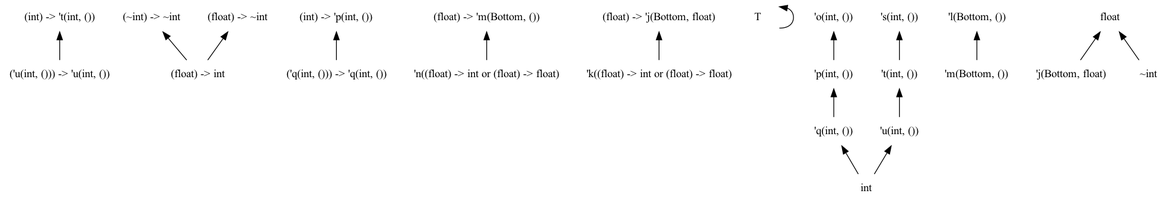
Before: dots/png/3.dot.png, a diagram exported from Graphviz (chocobo333/regino). Its source is kept beside it as dots/3.dot.
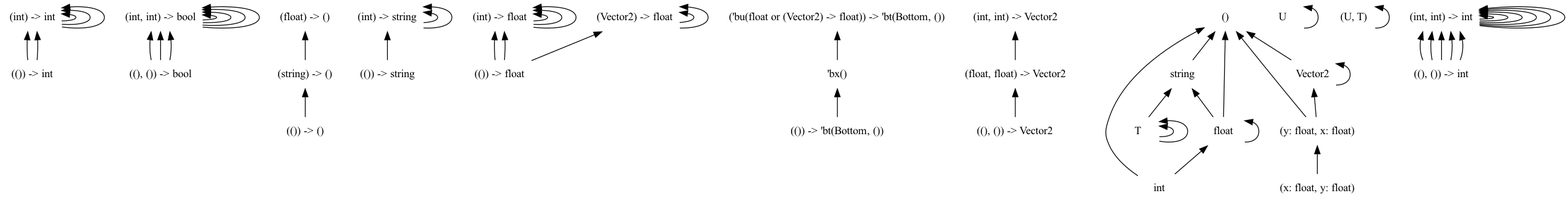
Above is the later version.

Change to the diagram source:
```diff
@@ -8,44 +8,84 @@
   edge [
     dir = back
     ];
-  "('u(int, ())) -> 'u(int, ())"
-  "(~int) -> ~int"
-  "(float) -> ~int"
-  "(int) -> 't(int, ())"
-  "(int) -> 'p(int, ())"
-  "(float) -> 'm(Bottom, ())"
-  "(float) -> 'j(Bottom, float)"
+  "(()) -> int"
+  "(int) -> int"
+  "((), ()) -> bool"
+  "(int, int) -> bool"
+  "(()) -> ()"
+  "(string) -> ()"
+  "(()) -> string"
+  "(int) -> string"
+  "(()) -> float"
+  "(Vector2) -> float"
+  "((), ()) -> Vector2"
+  "(float, float) -> Vector2"
+  "(float) -> ()"
+  "(int, int) -> Vector2"
+  "string"
+  "Vector2"
+  "(y: float, x: float)"
+  "(x: 'bj(float or (Vector2) -> float), y: 'bk(float or (Vector2) -> float))"
   "T"
-  "'k((float) -> int or (float) -> float)"
-  "'n((float) -> int or (float) -> float)"
-  "'t(int, ())"
-  "'u(int, ())"
-  "'p(int, ())"
-  "'q(int, ())"
-  "'m(Bottom, ())"
-  "'j(Bottom, float)"
-  "'s(int, ())"
-  "'o(int, ())"
-  "'l(Bottom, ())"
+  "U"
+  "T"
+  "T"
+  "()"
+  "(U, T)"
+  "'bk(float or (Vector2) -> float)"
   "float"
+  "'bj(float or (Vector2) -> float)"
   "int"
-  "~int"
-  "('q(int, ())) -> 'q(int, ())"
-  "(float) -> int"
-  "(float) -> 'm(Bottom, ())" -> "'n((float) -> int or (float) -> float)"
-  "(float) -> 'j(Bottom, float)" -> "'k((float) -> int or (float) -> float)"
-  "(~int) -> ~int" -> "(float) -> int"
-  "(float) -> ~int" -> "(float) -> int"
+  "((), ()) -> int"
+  "(int, int) -> int"
+  "(float, float) -> Vector2" -> "((), ()) -> Vector2"
+  "(int, int) -> Vector2" -> "(float, float) -> Vector2"
+  "(int, int) -> int" -> "((), ()) -> int"
+  "(int, int) -> int" -> "((), ()) -> int"
+  "(int, int) -> int" -> "((), ()) -> int"
+  "(int, int) -> int" -> "(int, int) -> int"
+  "(int, int) -> int" -> "((), ()) -> int"
+  "(int, int) -> int" -> "((), ()) -> int"
+  "(int, int) -> int" -> "(int, int) -> int"
+  "(int) -> int" -> "(int) -> int"
+  "(int) -> int" -> "(()) -> int"
+  "(int) -> int" -> "(()) -> int"
+  "(int) -> int" -> "(int) -> int"
+  "(int, int) -> int" -> "(int, int) -> int"
+  "(int) -> int" -> "(int) -> int"
+  "(int, int) -> int" -> "(int, int) -> int"
+  "(int, int) -> bool" -> "((), ()) -> bool"
+  "(int, int) -> bool" -> "(int, int) -> bool"
+  "(int, int) -> bool" -> "((), ()) -> bool"
+  "(int, int) -> bool" -> "((), ()) -> bool"
+  "(int, int) -> bool" -> "(int, int) -> bool"
+  "(int, int) -> bool" -> "(int, int) -> bool"
+  "(int) -> string" -> "(()) -> string"
+  "(int) -> string" -> "(int) -> string"
+  "(int) -> string" -> "(int) -> string"
+  "(string) -> ()" -> "(()) -> ()"
+  "string" -> "T"
+  "string" -> "float"
+  "Vector2" -> "Vector2"
+  "Vector2" -> "(y: float, x: float)"
+  "(float) -> ()" -> "(string) -> ()"
+  "(int, int) -> bool" -> "(int, int) -> bool"
+  "(int, int) -> int" -> "(int, int) -> int"
+  "(int, int) -> int" -> "(int, int) -> int"
+  "(y: float, x: float)" -> "(x: 'bj(float or (Vector2) -> float), y: 'bk(float or (Vector2) -> float))"
   "T" -> "T"
-  "float" -> "'j(Bottom, float)"
-  "float" -> "~int"
-  "'s(int, ())" -> "'t(int, ())"
-  "'u(int, ())" -> "int"
-  "'t(int, ())" -> "'u(int, ())"
-  "'o(int, ())" -> "'p(int, ())"
-  "'q(int, ())" -> "int"
-  "'p(int, ())" -> "'q(int, ())"
-  "'l(Bottom, ())" -> "'m(Bottom, ())"
-  "(int) -> 't(int, ())" -> "('u(int, ())) -> 'u(int, ())"
-  "(int) -> 'p(int, ())" -> "('q(int, ())) -> 'q(int, ())"
+  "U" -> "U"
+  "T" -> "T"
+  "()" -> "string"
+  "()" -> "Vector2"
+  "()" -> "(y: float, x: float)"
+  "()" -> "float"
+  "()" -> "int"
+  "(U, T)" -> "(U, T)"
+  "float" -> "'bk(float or (Vector2) -> float)"
+  "float" -> "'bj(float or (Vector2) -> float)"
+  "float" -> "int"
+  "(Vector2) -> float" -> "(()) -> float"
+  "(Vector2) -> float" -> "(Vector2) -> float"
+  "(Vector2) -> float" -> "(Vector2) -> float"
 }
```
